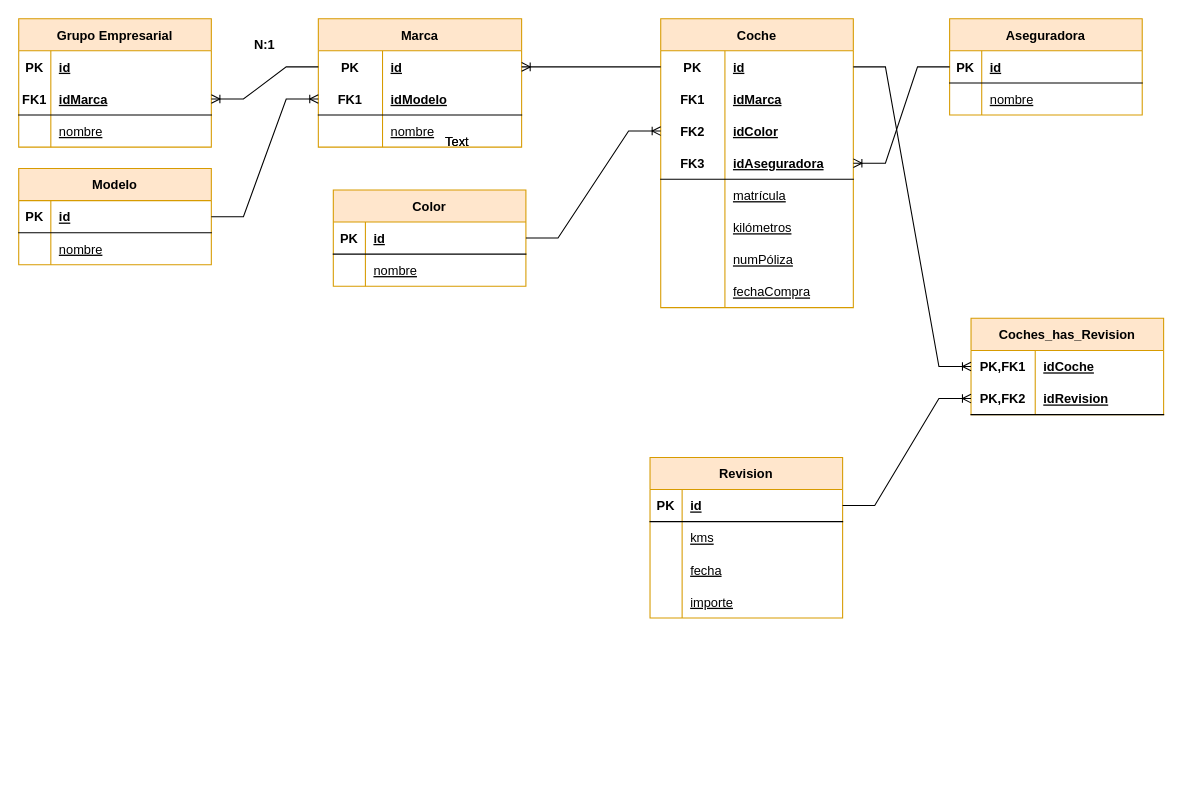
epoyatodev/ModeladoSQL keeps this draw.io diagram as ModeloER.drawio. Above is the earlier version. Source tidied: cells renumbered, new cells numbered last; positions are measured from the earlier drawing's top-left corner, leaving out a move shared by most shapes. Both pictures are drawn from the tidied source at 107%, with x=0, y=0 at pixel (18, 18).
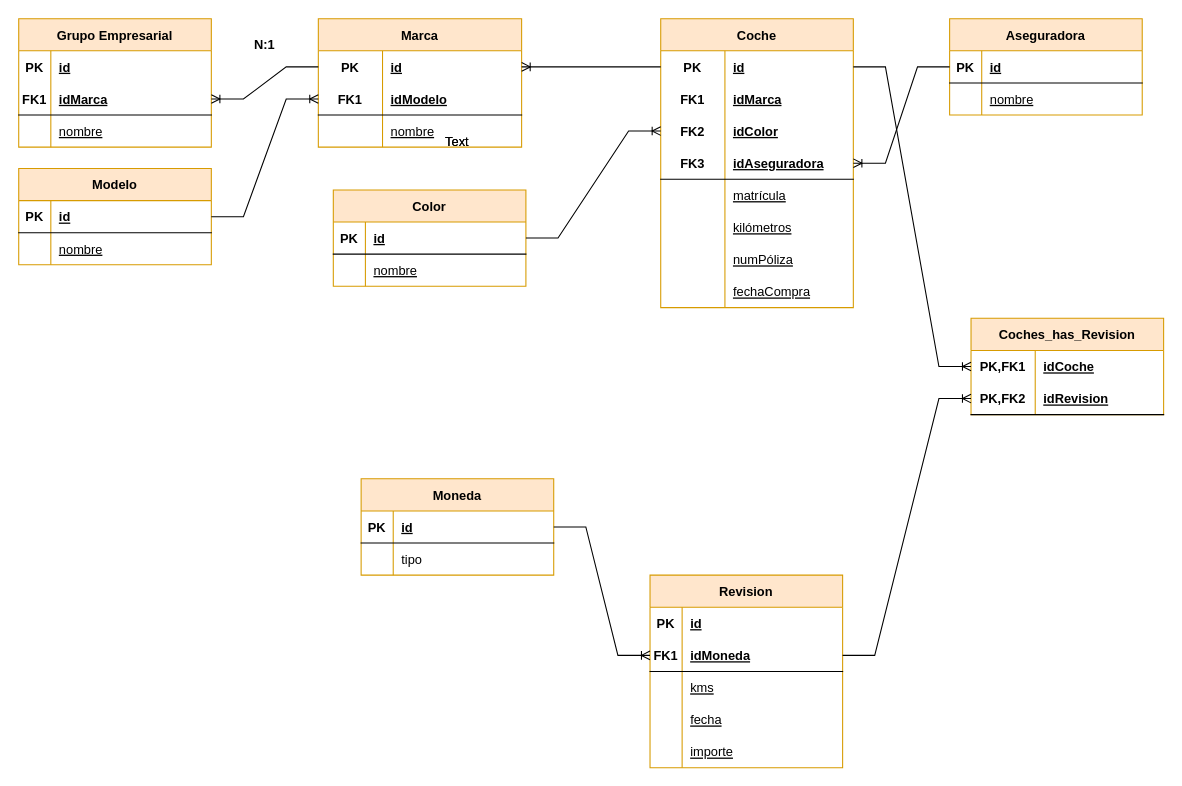
The same diagram, later.

Diff of the diagram source:
```diff
@@
     <mxCell id="73" value="Revision" style="shape=table;startSize=30;childLayout=tableLayout;rowLines=0;fontStyle=1;align=center;fillColor=#ffe6cc;strokeColor=#d79b00;" parent="1" vertex="1">
-      <mxGeometry x="590" y="410" width="180" height="150" as="geometry" />
+      <mxGeometry x="590" y="520" width="180" height="180" as="geometry" />
     </mxCell>
+    <mxCell id="98" style="shape=tableRow;horizontal=0;startSize=0;swimlaneHead=0;swimlaneBody=0;fillColor=none;top=0;left=0;right=0;bottom=0;" parent="73" vertex="1">
+      <mxGeometry y="30" width="180" height="30" as="geometry" />
+    </mxCell>
+    <mxCell id="99" value="PK" style="shape=partialRectangle;fillColor=none;top=0;left=0;bottom=0;right=0;overflow=hidden;fontStyle=1;" parent="98" vertex="1">
+      <mxGeometry width="30" height="30" as="geometry" />
+    </mxCell>
+    <mxCell id="100" value="id" style="shape=partialRectangle;fillColor=none;top=0;left=0;bottom=0;right=0;align=left;spacingLeft=6;overflow=hidden;fontStyle=5;" parent="98" vertex="1">
+      <mxGeometry x="30" width="150" height="30" as="geometry" />
+    </mxCell>
     <mxCell id="74" style="shape=tableRow;horizontal=0;startSize=0;swimlaneHead=0;swimlaneBody=0;fillColor=none;points=[[0,0.5],[1,0.5]];portConstraint=eastwest;top=0;left=0;right=0;bottom=1;" parent="73" vertex="1">
-      <mxGeometry y="30" width="180" height="30" as="geometry" />
+      <mxGeometry y="60" width="180" height="30" as="geometry" />
     </mxCell>
-    <mxCell id="75" value="PK" style="shape=partialRectangle;fillColor=none;top=0;left=0;bottom=0;right=0;fontStyle=1;overflow=hidden;" parent="74" vertex="1">
+    <mxCell id="75" value="FK1" style="shape=partialRectangle;fillColor=none;top=0;left=0;bottom=0;right=0;fontStyle=1;overflow=hidden;" parent="74" vertex="1">
       <mxGeometry width="30" height="30" as="geometry" />
     </mxCell>
-    <mxCell id="76" value="id" style="shape=partialRectangle;fillColor=none;top=0;left=0;bottom=0;right=0;align=left;spacingLeft=6;fontStyle=5;overflow=hidden;" parent="74" vertex="1">
+    <mxCell id="76" value="idMoneda" style="shape=partialRectangle;fillColor=none;top=0;left=0;bottom=0;right=0;align=left;spacingLeft=6;fontStyle=5;overflow=hidden;" parent="74" vertex="1">
       <mxGeometry x="30" width="150" height="30" as="geometry" />
     </mxCell>
     <mxCell id="77" style="shape=tableRow;horizontal=0;startSize=0;swimlaneHead=0;swimlaneBody=0;fillColor=none;top=0;left=0;right=0;bottom=0;" parent="73" vertex="1">
-      <mxGeometry y="60" width="180" height="30" as="geometry" />
+      <mxGeometry y="90" width="180" height="30" as="geometry" />
     </mxCell>
@@
     <mxCell id="80" style="shape=tableRow;horizontal=0;startSize=0;swimlaneHead=0;swimlaneBody=0;fillColor=none;top=0;left=0;right=0;bottom=0;" parent="73" vertex="1">
-      <mxGeometry y="90" width="180" height="30" as="geometry" />
+      <mxGeometry y="120" width="180" height="30" as="geometry" />
     </mxCell>
@@
     <mxCell id="83" style="shape=tableRow;horizontal=0;startSize=0;swimlaneHead=0;swimlaneBody=0;fillColor=none;top=0;left=0;right=0;bottom=0;" parent="73" vertex="1">
-      <mxGeometry y="120" width="180" height="30" as="geometry" />
+      <mxGeometry y="150" width="180" height="30" as="geometry" />
     </mxCell>
@@
+    <mxCell id="101" value="Moneda" style="shape=table;startSize=30;childLayout=tableLayout;rowLines=0;fontStyle=1;align=center;fillColor=#ffe6cc;strokeColor=#d79b00;" parent="1" vertex="1">
+      <mxGeometry x="320" y="430" width="180" height="90" as="geometry" />
+    </mxCell>
+    <mxCell id="102" style="shape=tableRow;horizontal=0;startSize=0;swimlaneHead=0;swimlaneBody=0;fillColor=none;points=[[0,0.5],[1,0.5]];portConstraint=eastwest;top=0;left=0;right=0;bottom=1;" parent="101" vertex="1">
+      <mxGeometry y="30" width="180" height="30" as="geometry" />
+    </mxCell>
+    <mxCell id="103" value="PK" style="shape=partialRectangle;fillColor=none;top=0;left=0;bottom=0;right=0;fontStyle=1;overflow=hidden;" parent="102" vertex="1">
+      <mxGeometry width="30" height="30" as="geometry" />
+    </mxCell>
+    <mxCell id="104" value="id" style="shape=partialRectangle;fillColor=none;top=0;left=0;bottom=0;right=0;align=left;spacingLeft=6;fontStyle=5;overflow=hidden;" parent="102" vertex="1">
+      <mxGeometry x="30" width="150" height="30" as="geometry" />
+    </mxCell>
+    <mxCell id="105" style="shape=tableRow;horizontal=0;startSize=0;swimlaneHead=0;swimlaneBody=0;fillColor=none;top=0;left=0;right=0;bottom=0;" parent="101" vertex="1">
+      <mxGeometry y="60" width="180" height="30" as="geometry" />
+    </mxCell>
+    <mxCell id="106" style="shape=partialRectangle;fillColor=none;top=0;left=0;bottom=0;right=0;overflow=hidden;" parent="105" vertex="1">
+      <mxGeometry width="30" height="30" as="geometry" />
+    </mxCell>
+    <mxCell id="107" value="tipo" style="shape=partialRectangle;fillColor=none;top=0;left=0;bottom=0;right=0;align=left;spacingLeft=6;overflow=hidden;" parent="105" vertex="1">
+      <mxGeometry x="30" width="150" height="30" as="geometry" />
+    </mxCell>
+    <mxCell id="108" style="edgeStyle=entityRelationEdgeStyle;fontSize=12;html=1;endArrow=ERoneToMany;rounded=0;exitX=1;exitY=0.5;exitDx=0;exitDy=0;" parent="1" edge="1" source="102" target="74">
+      <mxGeometry relative="1" as="geometry" />
+    </mxCell>
```
